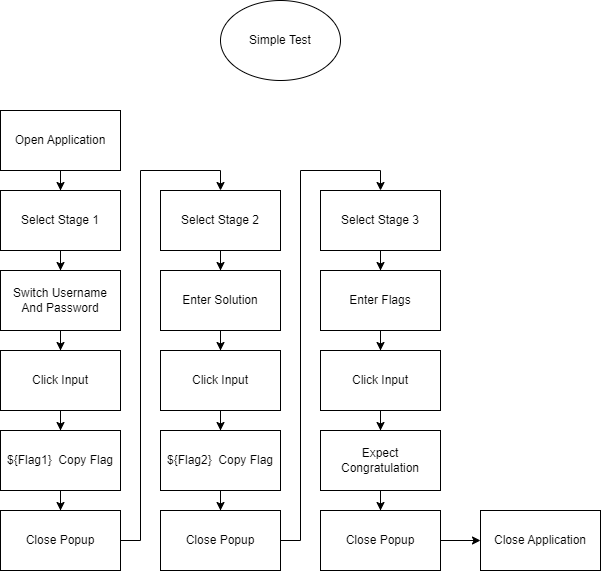
Before: ReadmeImages/SimpleTestDiag.png, a diagram exported from draw.io (noubar/BehaviorTreeLibrary-Tests). Source tidied: cells renumbered, new cells last; positions are measured from the earlier drawing's top-left corner, leaving out a move shared by most shapes.
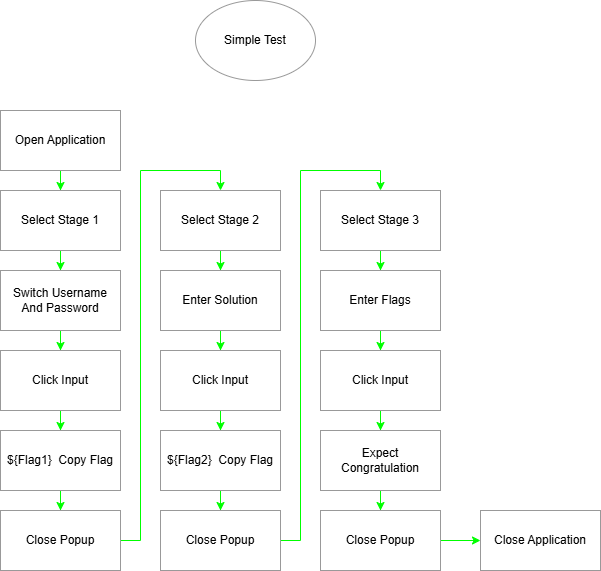
The same diagram one commit later.

Diff of the diagram source:
```diff
@@ -2,106 +2,106 @@
   <root>
     <mxCell id="0" />
     <mxCell id="1" parent="0" />
-    <mxCell id="2" value="Simple Test" style="ellipse;whiteSpace=wrap;html=1;" parent="1" vertex="1">
-      <mxGeometry x="220" width="120" height="80" as="geometry" />
+    <mxCell id="2" value="Simple Test" style="ellipse;whiteSpace=wrap;html=1;strokeColor=#999999;" parent="1" vertex="1">
+      <mxGeometry x="195" width="120" height="80" as="geometry" />
     </mxCell>
-    <mxCell id="3" style="edgeStyle=orthogonalEdgeStyle;rounded=0;jettySize=auto;html=1;" parent="1" edge="1" source="4" target="6">
+    <mxCell id="3" style="edgeStyle=orthogonalEdgeStyle;rounded=0;jettySize=auto;html=1;strokeColor=#00FF00;" parent="1" edge="1" source="4" target="6">
       <mxGeometry relative="1" as="geometry" />
     </mxCell>
-    <mxCell id="4" value="Open Application" style="rounded=0;whiteSpace=wrap;html=1;" parent="1" vertex="1">
+    <mxCell id="4" value="Open Application" style="rounded=0;whiteSpace=wrap;html=1;strokeColor=#999999;" parent="1" vertex="1">
       <mxGeometry y="110" width="120" height="60" as="geometry" />
     </mxCell>
-    <mxCell id="5" style="edgeStyle=orthogonalEdgeStyle;rounded=0;jettySize=auto;html=1;" parent="1" edge="1" source="6" target="8">
+    <mxCell id="5" style="edgeStyle=orthogonalEdgeStyle;rounded=0;jettySize=auto;html=1;strokeColor=#00FF00;" parent="1" edge="1" source="6" target="8">
       <mxGeometry relative="1" as="geometry" />
     </mxCell>
-    <mxCell id="6" value="Select Stage 1" style="rounded=0;whiteSpace=wrap;html=1;" parent="1" vertex="1">
+    <mxCell id="6" value="Select Stage 1" style="rounded=0;whiteSpace=wrap;html=1;strokeColor=#999999;" parent="1" vertex="1">
       <mxGeometry y="190" width="120" height="60" as="geometry" />
     </mxCell>
-    <mxCell id="7" style="edgeStyle=orthogonalEdgeStyle;rounded=0;jettySize=auto;html=1;" parent="1" edge="1" source="8" target="10">
+    <mxCell id="7" style="edgeStyle=orthogonalEdgeStyle;rounded=0;jettySize=auto;html=1;strokeColor=#00FF00;" parent="1" edge="1" source="8" target="10">
       <mxGeometry relative="1" as="geometry" />
     </mxCell>
-    <mxCell id="8" value="Switch Username And Password" style="rounded=0;whiteSpace=wrap;html=1;" parent="1" vertex="1">
+    <mxCell id="8" value="Switch Username And Password" style="rounded=0;whiteSpace=wrap;html=1;strokeColor=#999999;" parent="1" vertex="1">
       <mxGeometry y="270" width="120" height="60" as="geometry" />
     </mxCell>
-    <mxCell id="9" style="edgeStyle=orthogonalEdgeStyle;rounded=0;jettySize=auto;html=1;" parent="1" edge="1" source="10" target="12">
+    <mxCell id="9" style="edgeStyle=orthogonalEdgeStyle;rounded=0;jettySize=auto;html=1;strokeColor=#00FF00;" parent="1" edge="1" source="10" target="12">
       <mxGeometry relative="1" as="geometry" />
     </mxCell>
-    <mxCell id="10" value="Click Input" style="rounded=0;whiteSpace=wrap;html=1;" parent="1" vertex="1">
+    <mxCell id="10" value="Click Input" style="rounded=0;whiteSpace=wrap;html=1;strokeColor=#999999;" parent="1" vertex="1">
       <mxGeometry y="350" width="120" height="60" as="geometry" />
     </mxCell>
-    <mxCell id="11" style="edgeStyle=orthogonalEdgeStyle;rounded=0;jettySize=auto;html=1;" parent="1" edge="1" source="12" target="14">
+    <mxCell id="11" style="edgeStyle=orthogonalEdgeStyle;rounded=0;jettySize=auto;html=1;strokeColor=#00FF00;" parent="1" edge="1" source="12" target="14">
       <mxGeometry relative="1" as="geometry" />
     </mxCell>
-    <mxCell id="12" value="${Flag1}&amp;nbsp; Copy Flag" style="rounded=0;whiteSpace=wrap;html=1;" parent="1" vertex="1">
+    <mxCell id="12" value="${Flag1}&amp;nbsp; Copy Flag" style="rounded=0;whiteSpace=wrap;html=1;strokeColor=#999999;" parent="1" vertex="1">
       <mxGeometry y="430" width="120" height="60" as="geometry" />
     </mxCell>
-    <mxCell id="13" style="edgeStyle=orthogonalEdgeStyle;rounded=0;jettySize=auto;html=1;entryX=0.5;entryY=0;entryDx=0;entryDy=0;" parent="1" edge="1" source="14" target="16">
+    <mxCell id="13" style="edgeStyle=orthogonalEdgeStyle;rounded=0;jettySize=auto;html=1;entryX=0.5;entryY=0;entryDx=0;entryDy=0;strokeColor=#00FF00;" parent="1" edge="1" source="14" target="16">
       <mxGeometry relative="1" as="geometry" />
     </mxCell>
-    <mxCell id="14" value="Close Popup" style="rounded=0;whiteSpace=wrap;html=1;" parent="1" vertex="1">
+    <mxCell id="14" value="Close Popup" style="rounded=0;whiteSpace=wrap;html=1;strokeColor=#999999;" parent="1" vertex="1">
       <mxGeometry y="510" width="120" height="60" as="geometry" />
     </mxCell>
-    <mxCell id="15" style="edgeStyle=orthogonalEdgeStyle;rounded=0;jettySize=auto;html=1;" parent="1" edge="1" source="16" target="18">
+    <mxCell id="15" style="edgeStyle=orthogonalEdgeStyle;rounded=0;jettySize=auto;html=1;strokeColor=#00FF00;" parent="1" edge="1" source="16" target="18">
       <mxGeometry relative="1" as="geometry" />
     </mxCell>
-    <mxCell id="16" value="Select Stage 2" style="rounded=0;whiteSpace=wrap;html=1;" parent="1" vertex="1">
+    <mxCell id="16" value="Select Stage 2" style="rounded=0;whiteSpace=wrap;html=1;strokeColor=#999999;" parent="1" vertex="1">
       <mxGeometry x="160" y="190" width="120" height="60" as="geometry" />
     </mxCell>
-    <mxCell id="17" style="edgeStyle=orthogonalEdgeStyle;rounded=0;jettySize=auto;html=1;" parent="1" edge="1" source="18" target="20">
+    <mxCell id="17" style="edgeStyle=orthogonalEdgeStyle;rounded=0;jettySize=auto;html=1;strokeColor=#00FF00;" parent="1" edge="1" source="18" target="20">
       <mxGeometry relative="1" as="geometry" />
     </mxCell>
-    <mxCell id="18" value="Enter Solution" style="rounded=0;whiteSpace=wrap;html=1;" parent="1" vertex="1">
+    <mxCell id="18" value="Enter Solution" style="rounded=0;whiteSpace=wrap;html=1;strokeColor=#999999;" parent="1" vertex="1">
       <mxGeometry x="160" y="270" width="120" height="60" as="geometry" />
     </mxCell>
-    <mxCell id="19" style="edgeStyle=orthogonalEdgeStyle;rounded=0;jettySize=auto;html=1;" parent="1" edge="1" source="20" target="22">
+    <mxCell id="19" style="edgeStyle=orthogonalEdgeStyle;rounded=0;jettySize=auto;html=1;strokeColor=#00FF00;" parent="1" edge="1" source="20" target="22">
       <mxGeometry relative="1" as="geometry" />
     </mxCell>
-    <mxCell id="20" value="Click Input" style="rounded=0;whiteSpace=wrap;html=1;" parent="1" vertex="1">
+    <mxCell id="20" value="Click Input" style="rounded=0;whiteSpace=wrap;html=1;strokeColor=#999999;" parent="1" vertex="1">
       <mxGeometry x="160" y="350" width="120" height="60" as="geometry" />
     </mxCell>
-    <mxCell id="21" style="edgeStyle=orthogonalEdgeStyle;rounded=0;jettySize=auto;html=1;" parent="1" edge="1" source="22" target="24">
+    <mxCell id="21" style="edgeStyle=orthogonalEdgeStyle;rounded=0;jettySize=auto;html=1;strokeColor=#00FF00;" parent="1" edge="1" source="22" target="24">
       <mxGeometry relative="1" as="geometry" />
     </mxCell>
-    <mxCell id="22" value="${Flag2}&amp;nbsp; Copy Flag" style="rounded=0;whiteSpace=wrap;html=1;" parent="1" vertex="1">
+    <mxCell id="22" value="${Flag2}&amp;nbsp; Copy Flag" style="rounded=0;whiteSpace=wrap;html=1;strokeColor=#999999;" parent="1" vertex="1">
       <mxGeometry x="160" y="430" width="120" height="60" as="geometry" />
     </mxCell>
-    <mxCell id="23" style="edgeStyle=orthogonalEdgeStyle;rounded=0;jettySize=auto;html=1;entryX=0.5;entryY=0;entryDx=0;entryDy=0;" parent="1" edge="1" source="24" target="26">
+    <mxCell id="23" style="edgeStyle=orthogonalEdgeStyle;rounded=0;jettySize=auto;html=1;entryX=0.5;entryY=0;entryDx=0;entryDy=0;strokeColor=#00FF00;" parent="1" edge="1" source="24" target="26">
       <mxGeometry relative="1" as="geometry" />
     </mxCell>
-    <mxCell id="24" value="Close Popup" style="rounded=0;whiteSpace=wrap;html=1;" parent="1" vertex="1">
+    <mxCell id="24" value="Close Popup" style="rounded=0;whiteSpace=wrap;html=1;strokeColor=#999999;" parent="1" vertex="1">
       <mxGeometry x="160" y="510" width="120" height="60" as="geometry" />
     </mxCell>
-    <mxCell id="25" style="edgeStyle=orthogonalEdgeStyle;rounded=0;jettySize=auto;html=1;" parent="1" edge="1" source="26" target="28">
+    <mxCell id="25" style="edgeStyle=orthogonalEdgeStyle;rounded=0;jettySize=auto;html=1;strokeColor=#00FF00;" parent="1" edge="1" source="26" target="28">
       <mxGeometry relative="1" as="geometry" />
     </mxCell>
-    <mxCell id="26" value="Select Stage 3" style="rounded=0;whiteSpace=wrap;html=1;" parent="1" vertex="1">
+    <mxCell id="26" value="Select Stage 3" style="rounded=0;whiteSpace=wrap;html=1;strokeColor=#999999;" parent="1" vertex="1">
       <mxGeometry x="320" y="190" width="120" height="60" as="geometry" />
     </mxCell>
-    <mxCell id="27" style="edgeStyle=orthogonalEdgeStyle;rounded=0;jettySize=auto;html=1;" parent="1" edge="1" source="28" target="30">
+    <mxCell id="27" style="edgeStyle=orthogonalEdgeStyle;rounded=0;jettySize=auto;html=1;strokeColor=#00FF00;" parent="1" edge="1" source="28" target="30">
       <mxGeometry relative="1" as="geometry" />
     </mxCell>
-    <mxCell id="28" value="Enter Flags" style="rounded=0;whiteSpace=wrap;html=1;" parent="1" vertex="1">
+    <mxCell id="28" value="Enter Flags" style="rounded=0;whiteSpace=wrap;html=1;strokeColor=#999999;" parent="1" vertex="1">
       <mxGeometry x="320" y="270" width="120" height="60" as="geometry" />
     </mxCell>
-    <mxCell id="29" style="edgeStyle=orthogonalEdgeStyle;rounded=0;jettySize=auto;html=1;" parent="1" edge="1" source="30" target="32">
+    <mxCell id="29" style="edgeStyle=orthogonalEdgeStyle;rounded=0;jettySize=auto;html=1;strokeColor=#00FF00;" parent="1" edge="1" source="30" target="32">
       <mxGeometry relative="1" as="geometry" />
     </mxCell>
-    <mxCell id="30" value="Click Input" style="rounded=0;whiteSpace=wrap;html=1;" parent="1" vertex="1">
+    <mxCell id="30" value="Click Input" style="rounded=0;whiteSpace=wrap;html=1;strokeColor=#999999;" parent="1" vertex="1">
       <mxGeometry x="320" y="350" width="120" height="60" as="geometry" />
     </mxCell>
-    <mxCell id="31" style="edgeStyle=orthogonalEdgeStyle;rounded=0;jettySize=auto;html=1;" parent="1" edge="1" source="32" target="34">
+    <mxCell id="31" style="edgeStyle=orthogonalEdgeStyle;rounded=0;jettySize=auto;html=1;strokeColor=#00FF00;" parent="1" edge="1" source="32" target="34">
       <mxGeometry relative="1" as="geometry" />
     </mxCell>
-    <mxCell id="32" value="Expect Congratulation" style="rounded=0;whiteSpace=wrap;html=1;" parent="1" vertex="1">
+    <mxCell id="32" value="Expect Congratulation" style="rounded=0;whiteSpace=wrap;html=1;strokeColor=#999999;" parent="1" vertex="1">
       <mxGeometry x="320" y="430" width="120" height="60" as="geometry" />
     </mxCell>
-    <mxCell id="33" style="edgeStyle=orthogonalEdgeStyle;rounded=0;jettySize=auto;html=1;" parent="1" edge="1" source="34" target="35">
+    <mxCell id="33" style="edgeStyle=orthogonalEdgeStyle;rounded=0;jettySize=auto;html=1;strokeColor=#00FF00;" parent="1" edge="1" source="34" target="35">
       <mxGeometry relative="1" as="geometry" />
     </mxCell>
-    <mxCell id="34" value="Close Popup" style="rounded=0;whiteSpace=wrap;html=1;" parent="1" vertex="1">
+    <mxCell id="34" value="Close Popup" style="rounded=0;whiteSpace=wrap;html=1;strokeColor=#999999;" parent="1" vertex="1">
       <mxGeometry x="320" y="510" width="120" height="60" as="geometry" />
     </mxCell>
-    <mxCell id="35" value="Close Application" style="rounded=0;whiteSpace=wrap;html=1;" parent="1" vertex="1">
+    <mxCell id="35" value="Close Application" style="rounded=0;whiteSpace=wrap;html=1;strokeColor=#999999;" parent="1" vertex="1">
       <mxGeometry x="480" y="510" width="120" height="60" as="geometry" />
     </mxCell>
   </root>
```
